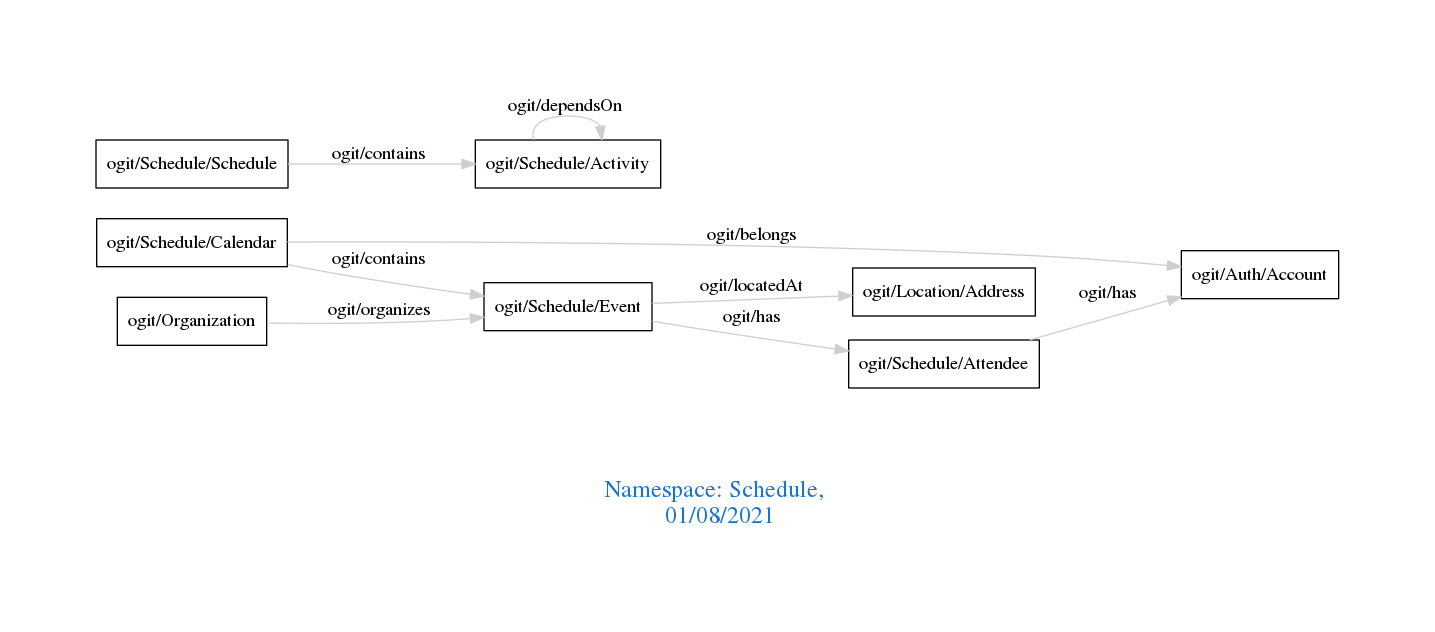
This is downloads/Schedule.png from arago/OGIT, a Graphviz export, as it was before one commit. Its source is kept beside it as downloads/Schedule.dot.
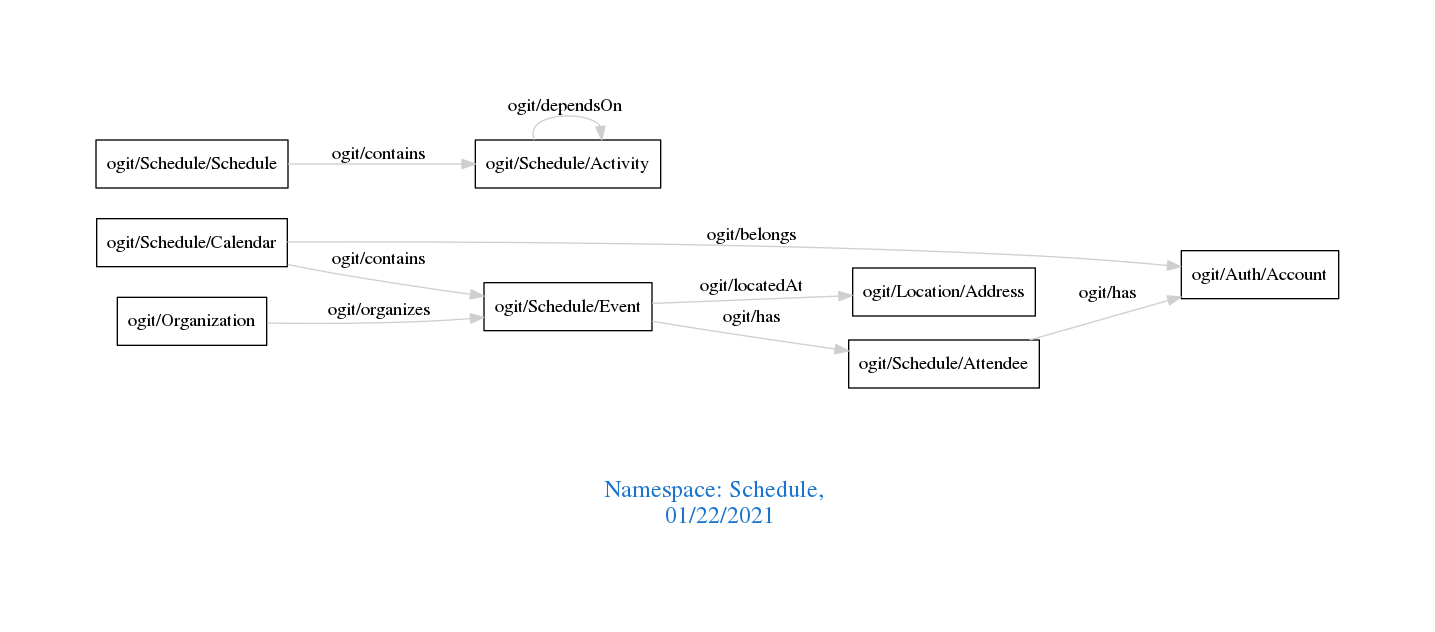
Above is the later version.

Change to the diagram source:
```diff
@@ -1,7 +1,7 @@
 digraph OGIT_ontology {
  graph [ rankdir= LR,pad=1
 fontsize = 18,
-fontcolor= dodgerblue3,label = "\n\n\nNamespace: Schedule, \n 01/08/2021"];
+fontcolor= dodgerblue3,label = "\n\n\nNamespace: Schedule, \n 01/22/2021"];
 node[shape=polygon];
 edge [  color="gray81"];
 
```
